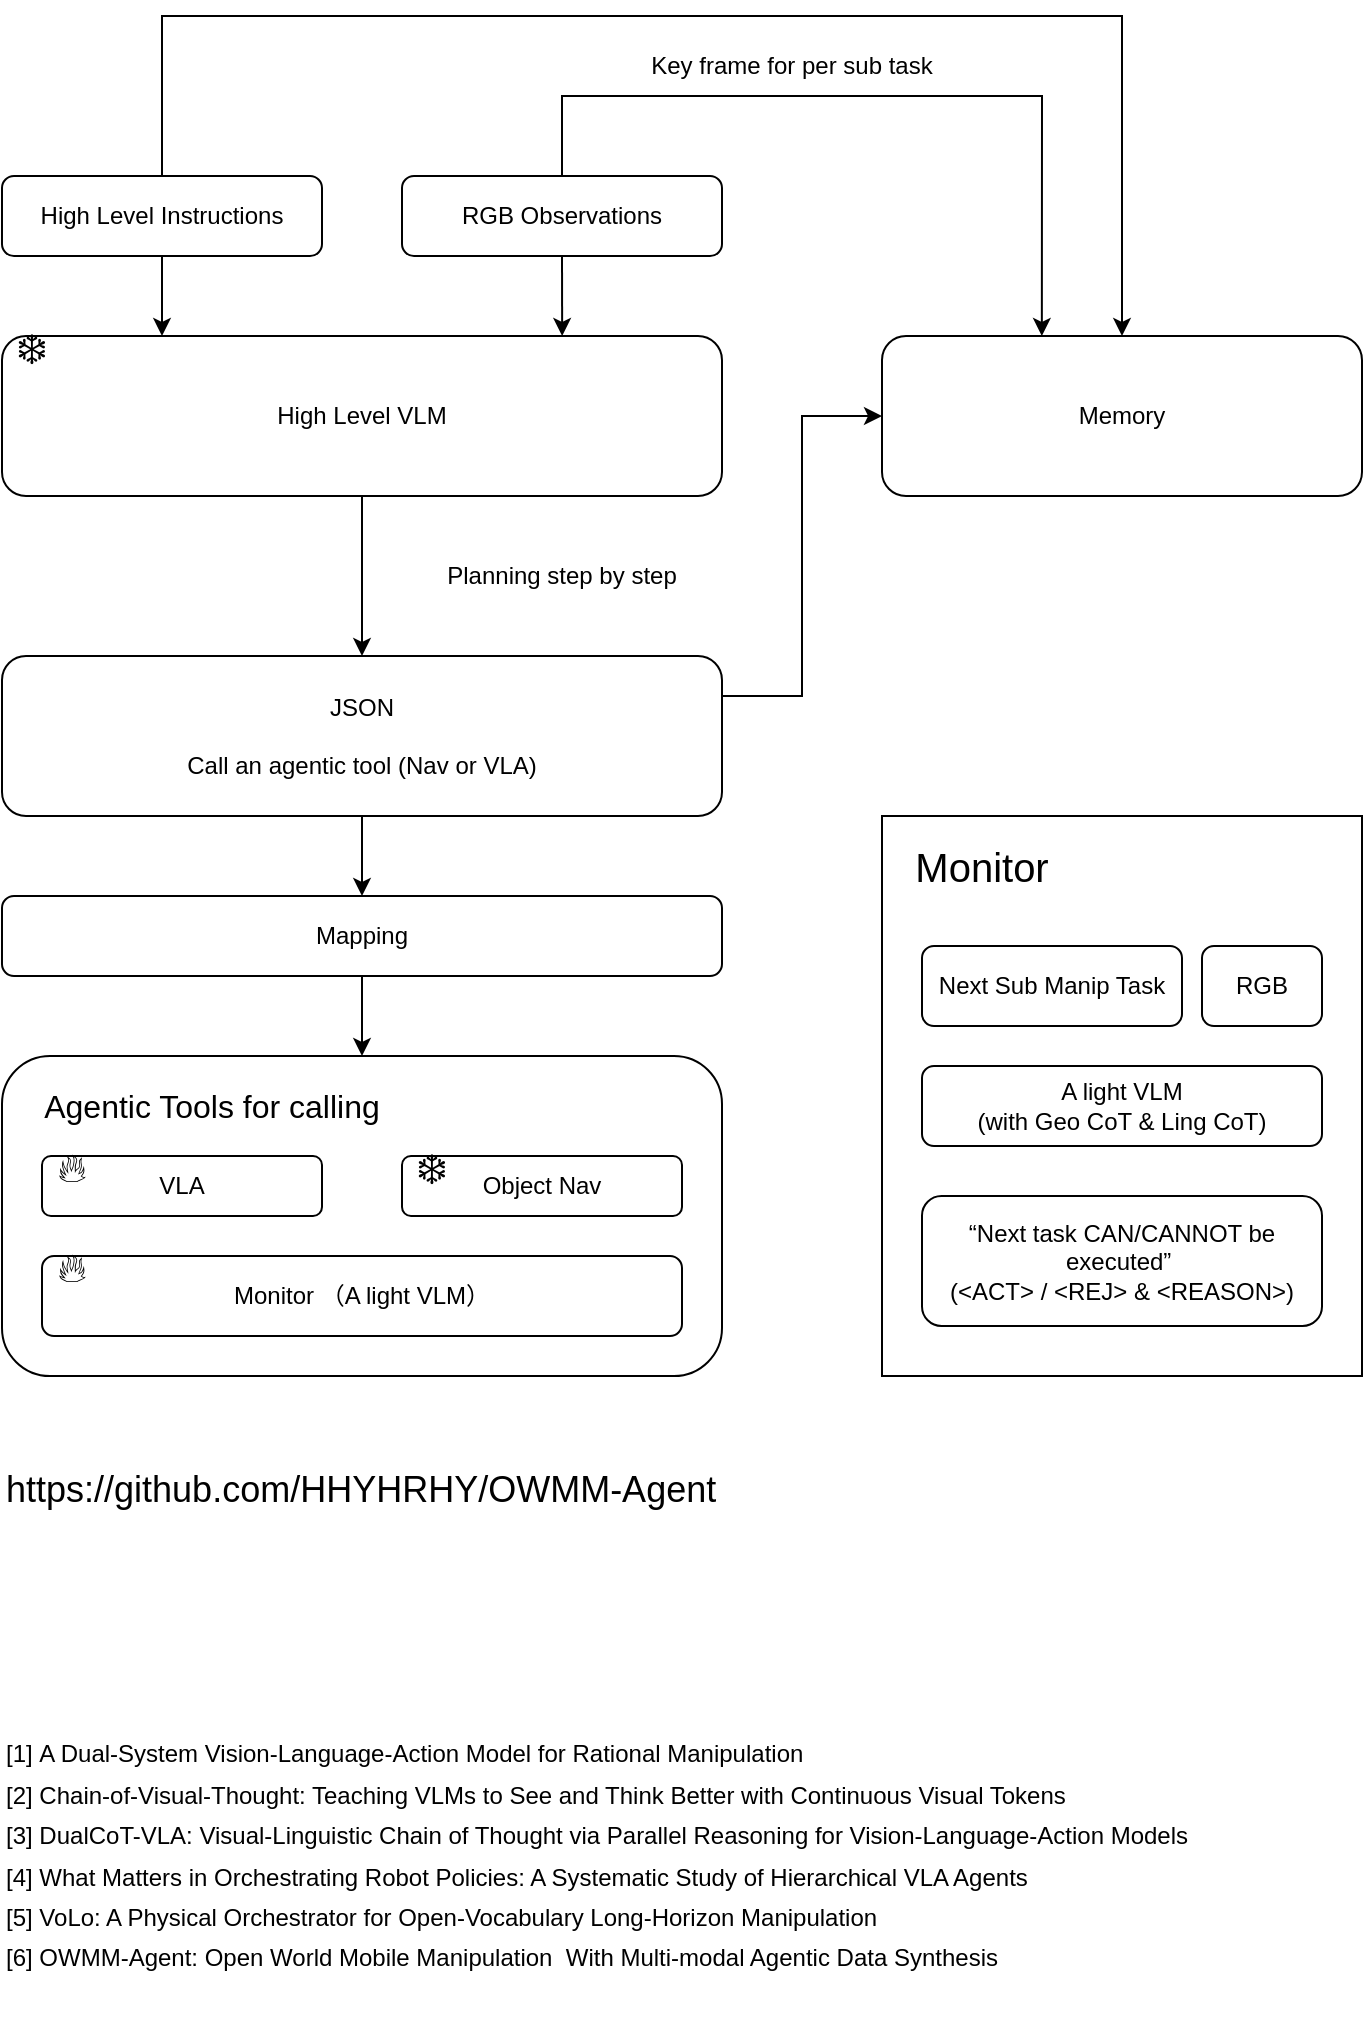
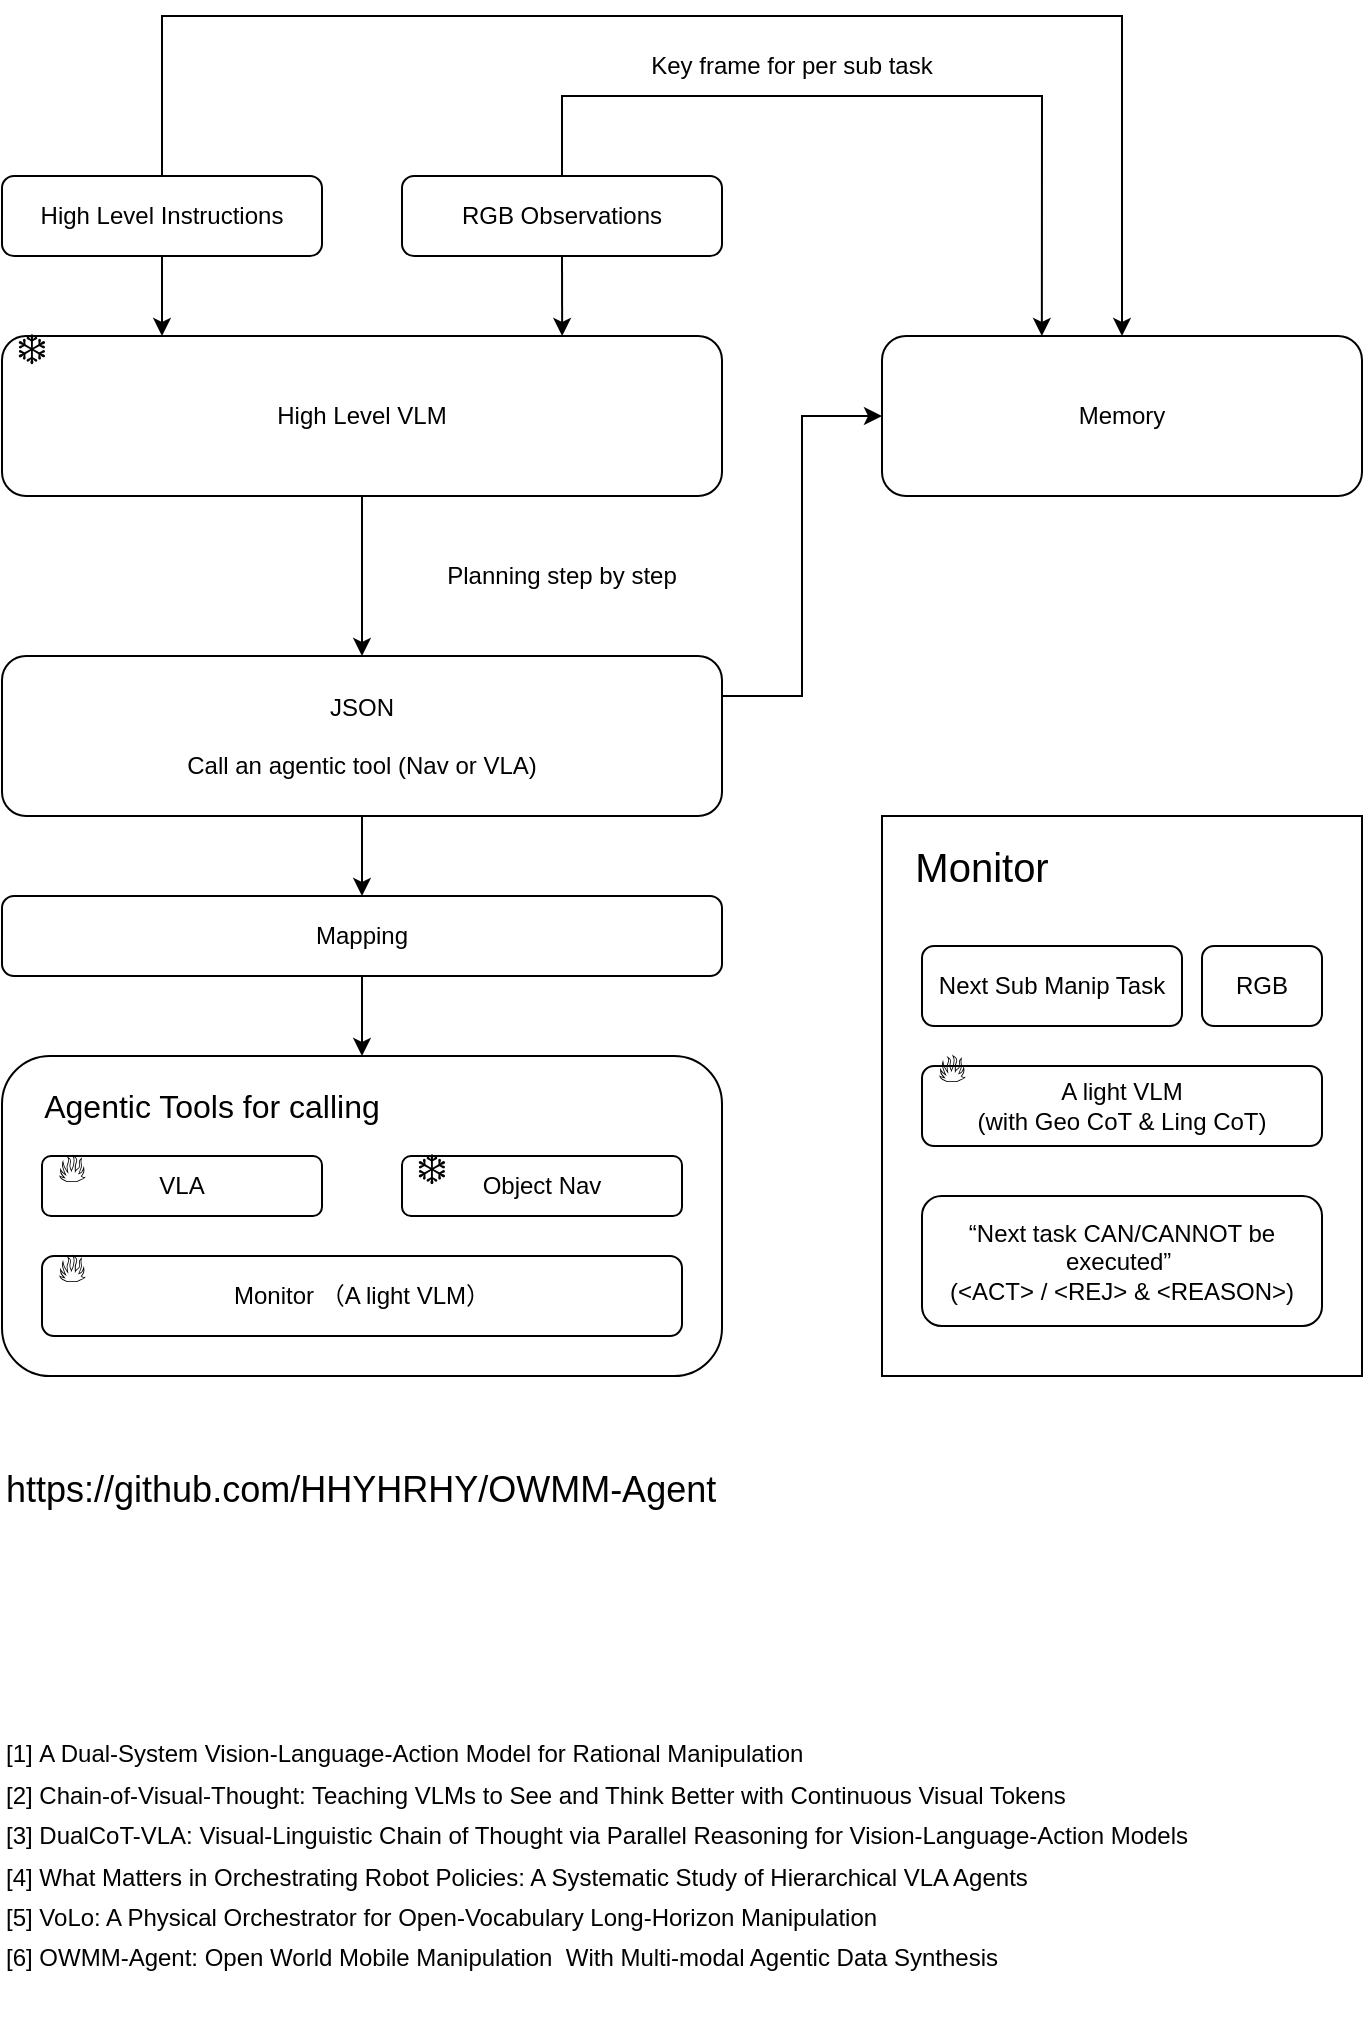
- <mxfile host="app.diagrams.net">
+ <mxfile host="app.diagrams.net" agent="Mozilla/5.0 (Macintosh; Intel Mac OS X 10_15_7) AppleWebKit/537.36 (KHTML, like Gecko) Chrome/149.0.0.0 Safari/537.36" version="29.6.4">
  <diagram name="第 1 页" id="SWobSzjGXZ1coKkqmKQ2">
-     <mxGraphModel dx="2054" dy="1155" grid="1" gridSize="10" guides="1" tooltips="1" connect="1" arrows="1" fold="1" page="1" pageScale="1" pageWidth="827" pageHeight="1169" math="0" shadow="0">
+     <mxGraphModel dx="1351" dy="851" grid="1" gridSize="10" guides="1" tooltips="1" connect="1" arrows="1" fold="1" page="1" pageScale="1" pageWidth="827" pageHeight="1169" math="0" shadow="0">
      <root>
        <mxCell id="0" />
        <mxCell id="1" parent="0" />
        <mxCell id="7Ym0Fd_QV1WrJOhFT2Ra-2" parent="1" style="rounded=1;whiteSpace=wrap;html=1;" value="High Level Instructions" vertex="1">
          <mxGeometry height="40" width="160" x="80" y="200" as="geometry" />
        </mxCell>
        <mxCell id="7Ym0Fd_QV1WrJOhFT2Ra-3" parent="1" style="rounded=1;whiteSpace=wrap;html=1;" value="RGB Observations" vertex="1">
          <mxGeometry height="40" width="160" x="280" y="200" as="geometry" />
        </mxCell>
        <mxCell id="7Ym0Fd_QV1WrJOhFT2Ra-4" parent="1" style="rounded=1;whiteSpace=wrap;html=1;" value="High Level VLM" vertex="1">
          <mxGeometry height="80" width="360" x="80" y="280" as="geometry" />
        </mxCell>
        <mxCell id="7Ym0Fd_QV1WrJOhFT2Ra-5" edge="1" parent="1" source="7Ym0Fd_QV1WrJOhFT2Ra-2" style="endArrow=classic;html=1;rounded=0;exitX=0.5;exitY=1;exitDx=0;exitDy=0;" value="">
          <mxGeometry height="50" relative="1" width="50" as="geometry">
            <mxPoint x="540" y="590" as="sourcePoint" />
            <mxPoint x="160" y="280" as="targetPoint" />
          </mxGeometry>
        </mxCell>
        <mxCell id="7Ym0Fd_QV1WrJOhFT2Ra-6" edge="1" parent="1" source="7Ym0Fd_QV1WrJOhFT2Ra-3" style="endArrow=classic;html=1;rounded=0;exitX=0.5;exitY=1;exitDx=0;exitDy=0;entryX=0.778;entryY=0;entryDx=0;entryDy=0;entryPerimeter=0;" target="7Ym0Fd_QV1WrJOhFT2Ra-4" value="">
          <mxGeometry height="50" relative="1" width="50" as="geometry">
            <mxPoint x="270" y="260" as="sourcePoint" />
            <mxPoint x="370" y="310" as="targetPoint" />
          </mxGeometry>
        </mxCell>
        <mxCell id="7Ym0Fd_QV1WrJOhFT2Ra-7" parent="1" style="rounded=1;whiteSpace=wrap;html=1;" value="" vertex="1">
          <mxGeometry height="160" width="360" x="80" y="640" as="geometry" />
        </mxCell>
        <mxCell id="7Ym0Fd_QV1WrJOhFT2Ra-8" parent="1" style="text;html=1;whiteSpace=wrap;strokeColor=none;fillColor=none;align=center;verticalAlign=middle;rounded=0;fontSize=16;" value="Agentic Tools for calling" vertex="1">
          <mxGeometry height="30" width="170" x="100" y="650" as="geometry" />
        </mxCell>
        <mxCell id="7Ym0Fd_QV1WrJOhFT2Ra-9" parent="1" style="rounded=1;whiteSpace=wrap;html=1;" value="VLA" vertex="1">
          <mxGeometry height="30" width="140" x="100" y="690" as="geometry" />
        </mxCell>
        <mxCell id="7Ym0Fd_QV1WrJOhFT2Ra-10" parent="1" style="rounded=1;whiteSpace=wrap;html=1;" value="Object Nav" vertex="1">
          <mxGeometry height="30" width="140" x="280" y="690" as="geometry" />
        </mxCell>
        <mxCell id="7Ym0Fd_QV1WrJOhFT2Ra-18" edge="1" parent="1" source="7Ym0Fd_QV1WrJOhFT2Ra-12" style="edgeStyle=orthogonalEdgeStyle;rounded=0;orthogonalLoop=1;jettySize=auto;html=1;" target="7Ym0Fd_QV1WrJOhFT2Ra-17" value="">
          <mxGeometry relative="1" as="geometry" />
        </mxCell>
        <mxCell id="7Ym0Fd_QV1WrJOhFT2Ra-33" edge="1" parent="1" source="7Ym0Fd_QV1WrJOhFT2Ra-12" style="edgeStyle=orthogonalEdgeStyle;rounded=0;orthogonalLoop=1;jettySize=auto;html=1;exitX=1;exitY=0.5;exitDx=0;exitDy=0;entryX=0;entryY=0.5;entryDx=0;entryDy=0;" target="7Ym0Fd_QV1WrJOhFT2Ra-21">
          <mxGeometry relative="1" as="geometry">
            <Array as="points">
              <mxPoint x="440" y="460" />
              <mxPoint x="480" y="460" />
              <mxPoint x="480" y="320" />
            </Array>
          </mxGeometry>
        </mxCell>
        <mxCell id="7Ym0Fd_QV1WrJOhFT2Ra-12" parent="1" style="rounded=1;whiteSpace=wrap;html=1;" value="&lt;div&gt;&lt;br&gt;&lt;/div&gt;JSON&lt;div&gt;&lt;br&gt;&lt;/div&gt;&lt;div&gt;Call an agentic tool (Nav or VLA)&lt;/div&gt;&lt;div&gt;&lt;br&gt;&lt;/div&gt;" vertex="1">
          <mxGeometry height="80" width="360" x="80" y="440" as="geometry" />
        </mxCell>
        <mxCell id="7Ym0Fd_QV1WrJOhFT2Ra-13" edge="1" parent="1" source="7Ym0Fd_QV1WrJOhFT2Ra-4" style="endArrow=classic;html=1;rounded=0;exitX=0.5;exitY=1;exitDx=0;exitDy=0;entryX=0.5;entryY=0;entryDx=0;entryDy=0;" target="7Ym0Fd_QV1WrJOhFT2Ra-12" value="">
          <mxGeometry height="50" relative="1" width="50" as="geometry">
            <mxPoint x="520" y="410" as="sourcePoint" />
            <mxPoint x="570" y="360" as="targetPoint" />
          </mxGeometry>
        </mxCell>
        <mxCell id="7Ym0Fd_QV1WrJOhFT2Ra-14" parent="1" style="text;html=1;whiteSpace=wrap;strokeColor=none;fillColor=none;align=center;verticalAlign=middle;rounded=0;" value="Planning step by step" vertex="1">
          <mxGeometry height="40" width="160" x="280" y="380" as="geometry" />
        </mxCell>
        <mxCell id="7Ym0Fd_QV1WrJOhFT2Ra-20" edge="1" parent="1" source="7Ym0Fd_QV1WrJOhFT2Ra-17" style="edgeStyle=orthogonalEdgeStyle;rounded=0;orthogonalLoop=1;jettySize=auto;html=1;entryX=0.5;entryY=0;entryDx=0;entryDy=0;" target="7Ym0Fd_QV1WrJOhFT2Ra-7">
          <mxGeometry relative="1" as="geometry" />
        </mxCell>
        <mxCell id="7Ym0Fd_QV1WrJOhFT2Ra-17" parent="1" style="rounded=1;whiteSpace=wrap;html=1;" value="Mapping" vertex="1">
          <mxGeometry height="40" width="360" x="80" y="560" as="geometry" />
        </mxCell>
        <mxCell id="7Ym0Fd_QV1WrJOhFT2Ra-21" parent="1" style="rounded=1;whiteSpace=wrap;html=1;" value="Memory" vertex="1">
          <mxGeometry height="80" width="240" x="520" y="280" as="geometry" />
        </mxCell>
        <mxCell id="7Ym0Fd_QV1WrJOhFT2Ra-25" parent="1" style="text;html=1;whiteSpace=wrap;strokeColor=none;fillColor=none;align=center;verticalAlign=middle;rounded=0;fontSize=20;" value="❄️" vertex="1">
          <mxGeometry height="30" width="30" x="80" y="270" as="geometry" />
        </mxCell>
        <mxCell id="7Ym0Fd_QV1WrJOhFT2Ra-26" parent="1" style="text;html=1;whiteSpace=wrap;strokeColor=none;fillColor=none;align=center;verticalAlign=middle;rounded=0;fontSize=20;" value="🔥" vertex="1">
          <mxGeometry height="30" width="30" x="100" y="680" as="geometry" />
        </mxCell>
        <mxCell id="7Ym0Fd_QV1WrJOhFT2Ra-27" parent="1" style="text;html=1;whiteSpace=wrap;strokeColor=none;fillColor=none;align=center;verticalAlign=middle;rounded=0;fontSize=20;" value="❄️" vertex="1">
          <mxGeometry height="30" width="30" x="280" y="680" as="geometry" />
        </mxCell>
        <mxCell id="7Ym0Fd_QV1WrJOhFT2Ra-29" edge="1" parent="1" source="7Ym0Fd_QV1WrJOhFT2Ra-2" style="endArrow=classic;html=1;rounded=0;exitX=0.5;exitY=0;exitDx=0;exitDy=0;entryX=0.5;entryY=0;entryDx=0;entryDy=0;" target="7Ym0Fd_QV1WrJOhFT2Ra-21" value="">
          <mxGeometry height="50" relative="1" width="50" as="geometry">
            <Array as="points">
              <mxPoint x="160" y="120" />
              <mxPoint x="640" y="120" />
            </Array>
            <mxPoint x="350" y="670" as="sourcePoint" />
            <mxPoint x="660" y="160" as="targetPoint" />
          </mxGeometry>
        </mxCell>
        <mxCell id="7Ym0Fd_QV1WrJOhFT2Ra-31" edge="1" parent="1" style="endArrow=classic;html=1;rounded=0;exitX=0.5;exitY=0;exitDx=0;exitDy=0;entryX=0.333;entryY=0;entryDx=0;entryDy=0;entryPerimeter=0;" target="7Ym0Fd_QV1WrJOhFT2Ra-21" value="">
          <mxGeometry height="50" relative="1" width="50" as="geometry">
            <Array as="points">
              <mxPoint x="360" y="160" />
              <mxPoint x="600" y="160" />
            </Array>
            <mxPoint x="360" y="200" as="sourcePoint" />
            <mxPoint x="840" y="200" as="targetPoint" />
          </mxGeometry>
        </mxCell>
        <mxCell id="7Ym0Fd_QV1WrJOhFT2Ra-32" parent="1" style="text;html=1;whiteSpace=wrap;strokeColor=none;fillColor=none;align=center;verticalAlign=middle;rounded=0;" value="Key frame for per sub task" vertex="1">
          <mxGeometry height="30" width="150" x="400" y="130" as="geometry" />
        </mxCell>
        <mxCell id="7Ym0Fd_QV1WrJOhFT2Ra-40" parent="1" style="rounded=1;whiteSpace=wrap;html=1;" value="Monitor （A light VLM）" vertex="1">
          <mxGeometry height="40" width="320" x="100" y="740" as="geometry" />
        </mxCell>
        <mxCell id="7Ym0Fd_QV1WrJOhFT2Ra-23" parent="1" style="text;html=1;whiteSpace=wrap;strokeColor=none;fillColor=none;align=center;verticalAlign=middle;rounded=0;fontSize=20;" value="🔥" vertex="1">
          <mxGeometry height="30" width="30" x="100" y="730" as="geometry" />
        </mxCell>
        <mxCell id="7Ym0Fd_QV1WrJOhFT2Ra-41" parent="1" style="rounded=0;whiteSpace=wrap;html=1;" value="" vertex="1">
          <mxGeometry height="280" width="240" x="520" y="520" as="geometry" />
        </mxCell>
        <mxCell id="7Ym0Fd_QV1WrJOhFT2Ra-42" parent="1" style="text;html=1;whiteSpace=wrap;strokeColor=none;fillColor=none;align=center;verticalAlign=middle;rounded=0;fontSize=20;" value="Monitor" vertex="1">
          <mxGeometry height="30" width="60" x="540" y="530" as="geometry" />
        </mxCell>
        <mxCell id="7Ym0Fd_QV1WrJOhFT2Ra-43" parent="1" style="rounded=1;whiteSpace=wrap;html=1;" value="A light VLM&lt;div&gt;(with Geo CoT &amp;amp; Ling CoT)&lt;/div&gt;" vertex="1">
          <mxGeometry height="40" width="200" x="540" y="645" as="geometry" />
        </mxCell>
        <mxCell id="7Ym0Fd_QV1WrJOhFT2Ra-44" parent="1" style="rounded=1;whiteSpace=wrap;html=1;" value="Next Sub Manip Task" vertex="1">
          <mxGeometry height="40" width="130" x="540" y="585" as="geometry" />
        </mxCell>
        <mxCell id="7Ym0Fd_QV1WrJOhFT2Ra-45" parent="1" style="rounded=1;whiteSpace=wrap;html=1;" value="RGB" vertex="1">
          <mxGeometry height="40" width="60" x="680" y="585" as="geometry" />
        </mxCell>
        <mxCell id="7Ym0Fd_QV1WrJOhFT2Ra-46" parent="1" style="rounded=1;whiteSpace=wrap;html=1;" value="“Next task CAN/CANNOT be executed”&amp;nbsp;&lt;div&gt;(&amp;lt;ACT&amp;gt; / &amp;lt;REJ&amp;gt; &amp;amp; &amp;lt;REASON&amp;gt;)&lt;/div&gt;" vertex="1">
          <mxGeometry height="65" width="200" x="540" y="710" as="geometry" />
        </mxCell>
        <mxCell id="7Ym0Fd_QV1WrJOhFT2Ra-49" parent="1" style="text;html=1;whiteSpace=wrap;strokeColor=none;fillColor=none;align=left;verticalAlign=middle;rounded=0;" value="&lt;div style=&quot;line-height: 170%;&quot;&gt;[1]&amp;nbsp;A Dual-System Vision-Language-Action Model for Rational Manipulation&lt;div&gt;[2]&amp;nbsp;Chain-of-Visual-Thought: Teaching VLMs to See and Think Better with Continuous Visual Tokens&lt;/div&gt;&lt;div&gt;[3]&amp;nbsp;DualCoT-VLA: Visual-Linguistic Chain of Thought via Parallel Reasoning for Vision-Language-Action Models&lt;/div&gt;&lt;div&gt;[4]&amp;nbsp;What Matters in Orchestrating Robot Policies: A Systematic Study of Hierarchical VLA Agents&lt;/div&gt;&lt;div&gt;[5]&amp;nbsp;VoLo: A Physical Orchestrator for Open-Vocabulary Long-Horizon Manipulation&lt;/div&gt;&lt;div&gt;[6]&amp;nbsp;OWMM-Agent: Open World Mobile Manipulation&amp;nbsp; With Multi-modal Agentic Data Synthesis&lt;/div&gt;&lt;/div&gt;" vertex="1">
          <mxGeometry height="160" width="640" x="80" y="960" as="geometry" />
        </mxCell>
        <UserObject label="https://github.com/HHYHRHY/OWMM-Agent" link="https://github.com/HHYHRHY/OWMM-Agent" id="7Ym0Fd_QV1WrJOhFT2Ra-51">
          <mxCell parent="1" style="text;whiteSpace=wrap;fontSize=18;" vertex="1">
            <mxGeometry height="30" width="430" x="80" y="840" as="geometry" />
          </mxCell>
        </UserObject>
+         <mxCell id="s1YeV-PujfjgAPbbQcY4-1" parent="1" style="text;html=1;whiteSpace=wrap;strokeColor=none;fillColor=none;align=center;verticalAlign=middle;rounded=0;fontSize=20;" value="🔥" vertex="1">
+           <mxGeometry height="30" width="30" x="540" y="630" as="geometry" />
+         </mxCell>
      </root>
    </mxGraphModel>
  </diagram>
</mxfile>
